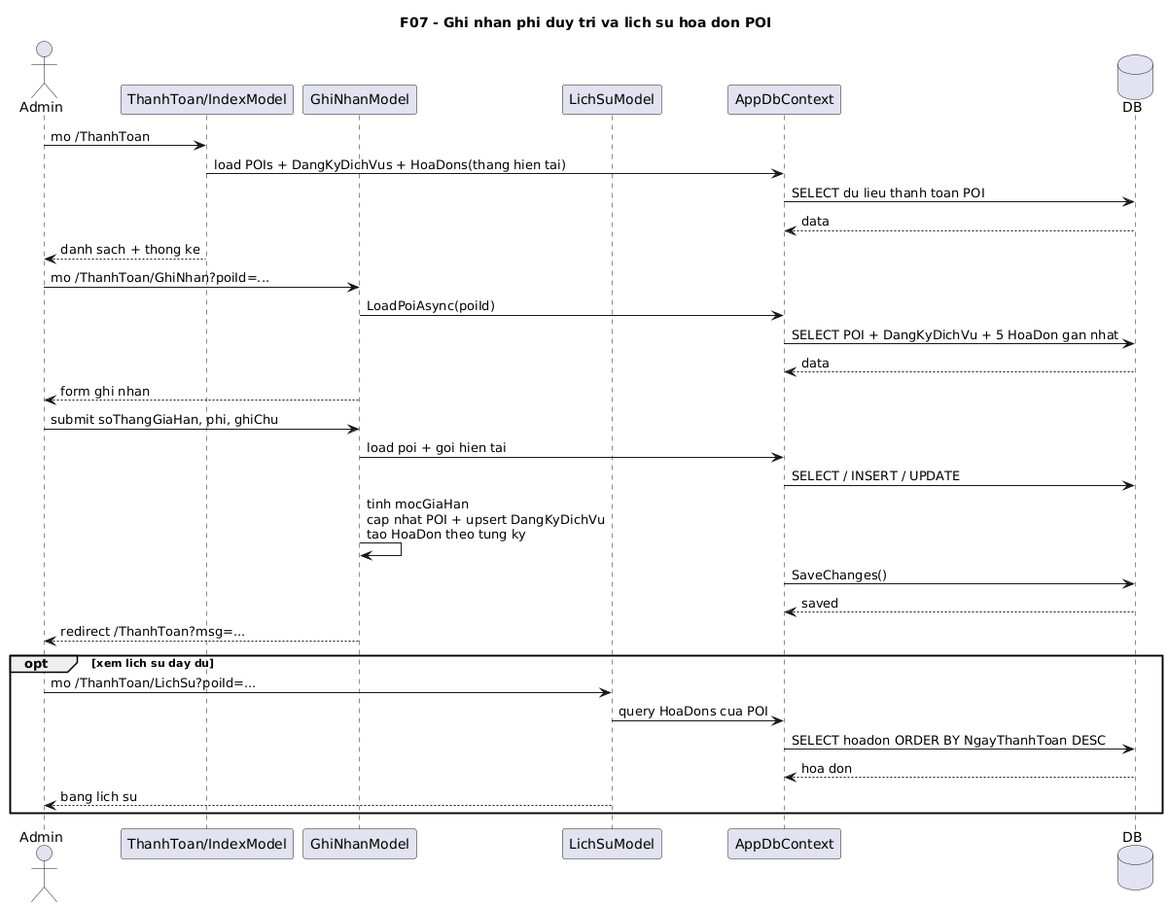
Above: docs/diagrams/png/07-maintenance-payment-sequence.png in VoBao182/PhoAmThuc (PlantUML), before the change.
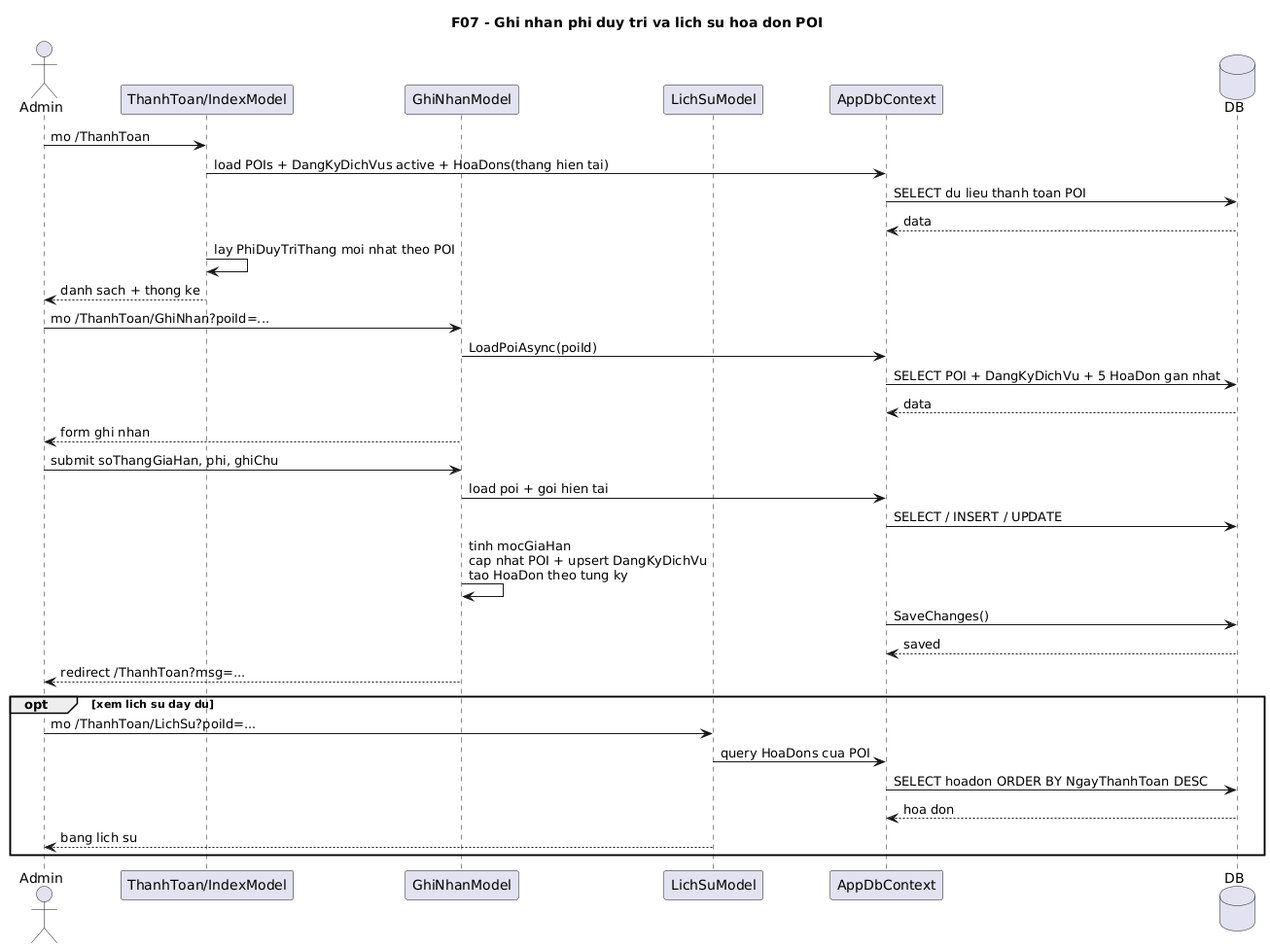
Later version of the same file.

Change to the diagram source:
```diff
@@ -9,9 +9,10 @@
 database DB
 
 Admin -> IndexModel: mo /ThanhToan
-IndexModel -> AppDbContext: load POIs + DangKyDichVus + HoaDons(thang hien tai)
+IndexModel -> AppDbContext: load POIs + DangKyDichVus active + HoaDons(thang hien tai)
 AppDbContext -> DB: SELECT du lieu thanh toan POI
 DB --> AppDbContext: data
+IndexModel -> IndexModel: lay PhiDuyTriThang moi nhat theo POI
 IndexModel --> Admin: danh sach + thong ke
 
 Admin -> GhiNhanModel: mo /ThanhToan/GhiNhan?poiId=...
```
